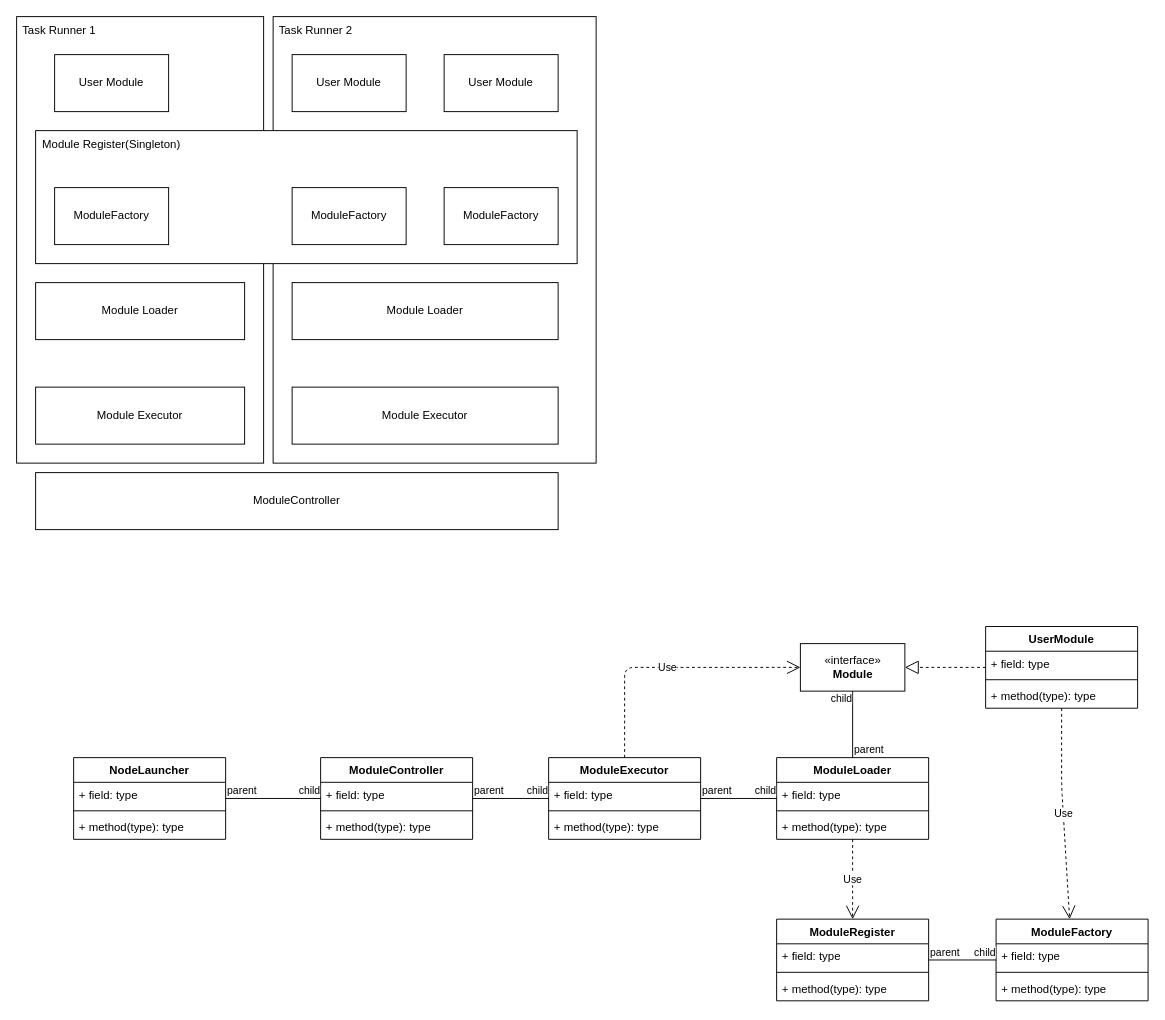
Earlier version of the draw.io diagram page "module" (2 of 3) of doc/arch.drawio (ISSuh/link). Source tidied: cells renumbered, new cells numbered last; positions are measured from the earlier drawing's top-left corner, leaving out a move shared by most shapes. Both pictures are drawn from the tidied source at 95%, with x=0, y=0 at pixel (16, 16).
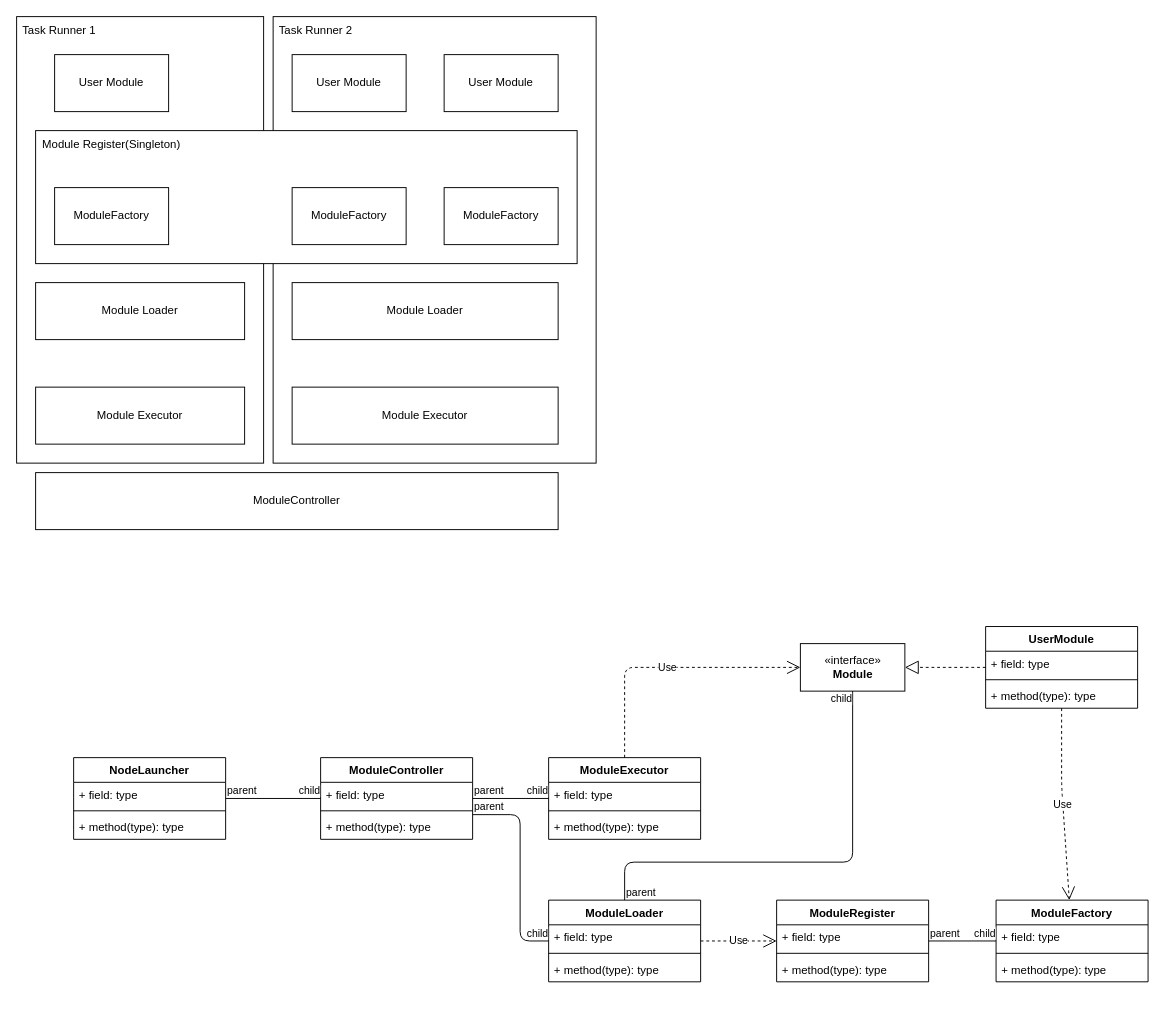
Above is the later version.

Unchanged cells that the change refers to:
```xml
<mxCell id="19" value="ModuleController" style="swimlane;fontStyle=1;align=center;verticalAlign=top;horizontal=1;startSize=26;" parent="1" vertex="1">
  <mxGeometry x="320" y="780" width="160" height="86" as="geometry" />
</mxCell>
<mxCell id="23" value="ModuleExecutor" style="swimlane;fontStyle=1;align=center;verticalAlign=top;horizontal=1;startSize=26;" parent="1" vertex="1">
  <mxGeometry x="560" y="780" width="160" height="86" as="geometry" />
</mxCell>
<mxCell id="35" value="«interface»&lt;br&gt;&lt;b&gt;Module&lt;/b&gt;" style="html=1;" parent="1" vertex="1">
  <mxGeometry x="825" y="660" width="110" height="50" as="geometry" />
</mxCell>
```

What changed in the source:
```diff
@@
     <mxCell id="27" value="ModuleLoader" style="swimlane;fontStyle=1;align=center;verticalAlign=top;horizontal=1;startSize=26;" parent="1" vertex="1">
-      <mxGeometry x="800" y="780" width="160" height="86" as="geometry" />
+      <mxGeometry x="560" y="930" width="160" height="86" as="geometry" />
     </mxCell>
@@
     <mxCell id="37" style="endArrow=none;html=1;edgeStyle=orthogonalEdgeStyle;" parent="1" edge="1" source="27" target="35">
-      <mxGeometry relative="1" as="geometry" />
+      <mxGeometry relative="1" as="geometry">
+        <Array as="points">
+          <mxPoint x="640" y="890" />
+          <mxPoint x="880" y="890" />
+        </Array>
+      </mxGeometry>
     </mxCell>
@@
-    <mxCell id="40" style="endArrow=none;html=1;edgeStyle=orthogonalEdgeStyle;" parent="1" edge="1" source="23" target="27">
-      <mxGeometry relative="1" as="geometry" />
+    <mxCell id="40" style="endArrow=none;html=1;edgeStyle=orthogonalEdgeStyle;" parent="1" edge="1" source="19" target="27">
+      <mxGeometry relative="1" as="geometry">
+        <Array as="points">
+          <mxPoint x="530" y="840" />
+          <mxPoint x="530" y="973" />
+        </Array>
+      </mxGeometry>
     </mxCell>
@@
     <mxCell id="46" value="ModuleRegister" style="swimlane;fontStyle=1;align=center;verticalAlign=top;horizontal=1;startSize=26;" parent="1" vertex="1">
-      <mxGeometry x="800" y="950" width="160" height="86" as="geometry" />
+      <mxGeometry x="800" y="930" width="160" height="86" as="geometry" />
     </mxCell>
@@
     <mxCell id="50" value="ModuleFactory" style="swimlane;fontStyle=1;align=center;verticalAlign=top;horizontal=1;startSize=26;" parent="1" vertex="1">
-      <mxGeometry x="1031" y="950" width="160" height="86" as="geometry" />
+      <mxGeometry x="1031" y="930" width="160" height="86" as="geometry" />
     </mxCell>
@@
-    <mxCell id="58" value="Use" style="endArrow=open;endSize=12;dashed=1;html=1;" parent="1" edge="1" source="27" target="46">
-      <mxGeometry relative="1" as="geometry" />
-    </mxCell>
@@
+    <mxCell id="58" value="Use" style="endArrow=open;endSize=12;dashed=1;html=1;" parent="1" edge="1" source="27" target="46">
+      <mxGeometry relative="1" as="geometry" />
+    </mxCell>
```
